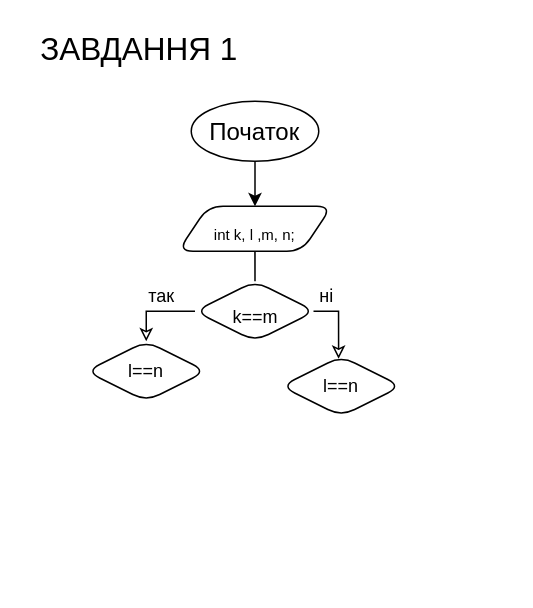
Above: Untitled Diagram.drawio in IKatiaI/ads-nahorna-kp13 (draw.io), before the change. Source tidied: cells renumbered, new cells numbered last; positions are measured from the earlier drawing's top-left corner, leaving out a move shared by most shapes. Both pictures are drawn from the tidied source at 150%, with x=0, y=0 at pixel (26, 26).
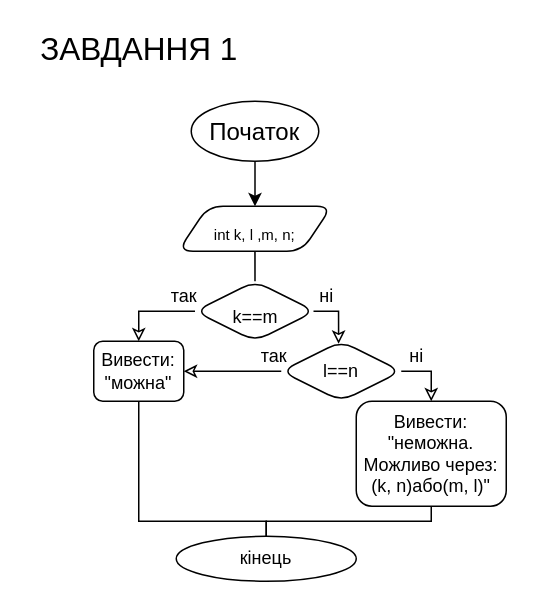
Above is the later version.

The change refers to these unchanged cells:
```xml
<mxCell id="9" value="&lt;font style=&quot;font-size: 12px&quot;&gt;k==m&lt;/font&gt;" style="rhombus;whiteSpace=wrap;html=1;rounded=1;fontSize=20;" parent="1" vertex="1">
  <mxGeometry x="112.5" y="170" width="80" height="40" as="geometry" />
</mxCell>
```

The edit, as a diff of the source:
```diff
@@
-    <mxCell id="7" style="edgeStyle=orthogonalEdgeStyle;rounded=0;jettySize=auto;html=1;exitX=0;exitY=0.5;exitDx=0;exitDy=0;fontSize=12;endArrow=classic;endFill=0;" parent="1" edge="1" source="9" target="12">
+    <mxCell id="7" style="edgeStyle=orthogonalEdgeStyle;rounded=0;jettySize=auto;html=1;exitX=0;exitY=0.5;exitDx=0;exitDy=0;fontSize=12;endArrow=classic;endFill=0;entryX=0.5;entryY=0;entryDx=0;entryDy=0;" parent="1" edge="1" source="9" target="21">
       <mxGeometry relative="1" as="geometry" />
     </mxCell>
@@
     <mxCell id="10" value="так" style="text;html=1;align=center;verticalAlign=middle;strokeColor=none;fillColor=none;fontSize=12;" parent="1" vertex="1">
-      <mxGeometry x="75" y="170" width="30" height="20" as="geometry" />
+      <mxGeometry x="90" y="170" width="30" height="20" as="geometry" />
     </mxCell>
@@
-    <mxCell id="12" value="l==n" style="rhombus;whiteSpace=wrap;html=1;rounded=1;fontSize=12;" parent="1" vertex="1">
-      <mxGeometry x="40" y="210" width="80" height="40" as="geometry" />
-    </mxCell>
+    <mxCell id="14" style="edgeStyle=orthogonalEdgeStyle;rounded=0;jettySize=auto;html=1;exitX=1;exitY=0.5;exitDx=0;exitDy=0;fontSize=12;endArrow=classic;endFill=0;" parent="1" edge="1" source="13" target="19">
+      <mxGeometry relative="1" as="geometry" />
+    </mxCell>
+    <mxCell id="15" style="edgeStyle=orthogonalEdgeStyle;rounded=0;jettySize=auto;html=1;exitX=0;exitY=0.5;exitDx=0;exitDy=0;fontSize=12;endArrow=classic;endFill=0;entryX=1;entryY=0.5;entryDx=0;entryDy=0;" parent="1" edge="1" source="13" target="21">
+      <mxGeometry relative="1" as="geometry">
+        <Array as="points">
+          <mxPoint x="112" y="230" />
+        </Array>
+      </mxGeometry>
+    </mxCell>
     <mxCell id="13" value="l==n" style="rhombus;whiteSpace=wrap;html=1;rounded=1;fontSize=12;" parent="1" vertex="1">
-      <mxGeometry x="170" y="220" width="80" height="40" as="geometry" />
+      <mxGeometry x="170" y="210" width="80" height="40" as="geometry" />
     </mxCell>
+    <mxCell id="16" value="ні" style="text;html=1;align=center;verticalAlign=middle;strokeColor=none;fillColor=none;fontSize=12;" parent="1" vertex="1">
+      <mxGeometry x="245" y="210" width="30" height="20" as="geometry" />
+    </mxCell>
+    <mxCell id="17" style="edgeStyle=orthogonalEdgeStyle;rounded=0;jettySize=auto;html=1;exitX=0.5;exitY=1;exitDx=0;exitDy=0;fontSize=12;endArrow=none;endFill=0;" parent="1" edge="1" source="19">
+      <mxGeometry relative="1" as="geometry">
+        <mxPoint x="290" y="300" as="targetPoint" />
+      </mxGeometry>
+    </mxCell>
+    <mxCell id="18" style="edgeStyle=orthogonalEdgeStyle;rounded=0;jettySize=auto;html=1;exitX=0.5;exitY=1;exitDx=0;exitDy=0;fontSize=12;endArrow=none;endFill=0;" parent="1" edge="1" source="19" target="23">
+      <mxGeometry relative="1" as="geometry">
+        <Array as="points">
+          <mxPoint x="270" y="330" />
+          <mxPoint x="160" y="330" />
+        </Array>
+      </mxGeometry>
+    </mxCell>
+    <mxCell id="19" value="Вивести: &quot;неможна.&lt;br&gt;Можливо через:&lt;br&gt;(k, n)або(m, l)&quot;&lt;br&gt;" style="rounded=1;whiteSpace=wrap;html=1;fontSize=12;" parent="1" vertex="1">
+      <mxGeometry x="220" y="250" width="100" height="70" as="geometry" />
+    </mxCell>
+    <mxCell id="20" style="edgeStyle=orthogonalEdgeStyle;rounded=0;jettySize=auto;html=1;exitX=0.5;exitY=1;exitDx=0;exitDy=0;fontSize=12;endArrow=none;endFill=0;" parent="1" edge="1" source="21">
+      <mxGeometry relative="1" as="geometry">
+        <mxPoint x="160" y="350" as="targetPoint" />
+        <Array as="points">
+          <mxPoint x="75" y="330" />
+          <mxPoint x="160" y="330" />
+        </Array>
+      </mxGeometry>
+    </mxCell>
+    <mxCell id="21" value="Вивести: &quot;можна&quot;" style="rounded=1;whiteSpace=wrap;html=1;fontSize=12;" parent="1" vertex="1">
+      <mxGeometry x="45" y="210" width="60" height="40" as="geometry" />
+    </mxCell>
+    <mxCell id="22" value="так" style="text;html=1;align=center;verticalAlign=middle;strokeColor=none;fillColor=none;fontSize=12;" parent="1" vertex="1">
+      <mxGeometry x="150" y="210" width="30" height="20" as="geometry" />
+    </mxCell>
+    <mxCell id="23" value="кінець" style="ellipse;whiteSpace=wrap;html=1;rounded=1;fontSize=12;" parent="1" vertex="1">
+      <mxGeometry x="100" y="340" width="120" height="30" as="geometry" />
+    </mxCell>
```
